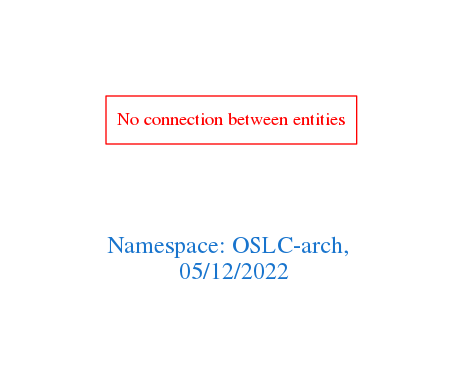
arago/OGIT keeps this Graphviz diagram as downloads/OSLC-arch.png. Above is the earlier version. Its source is kept beside it as downloads/OSLC-arch.dot.
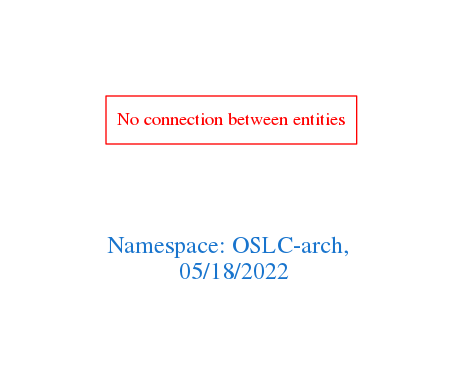
The same diagram one commit later.

Diff of the diagram source:
```diff
@@ -1,7 +1,7 @@
 digraph OGIT_ontology {
  graph [ rankdir= LR,pad=1
 fontsize = 18,
-fontcolor= dodgerblue3,label = "\n\n\nNamespace: OSLC-arch, \n 05/12/2022"];
+fontcolor= dodgerblue3,label = "\n\n\nNamespace: OSLC-arch, \n 05/18/2022"];
 node[shape=polygon];
 edge [  color="gray81"];
 
```
